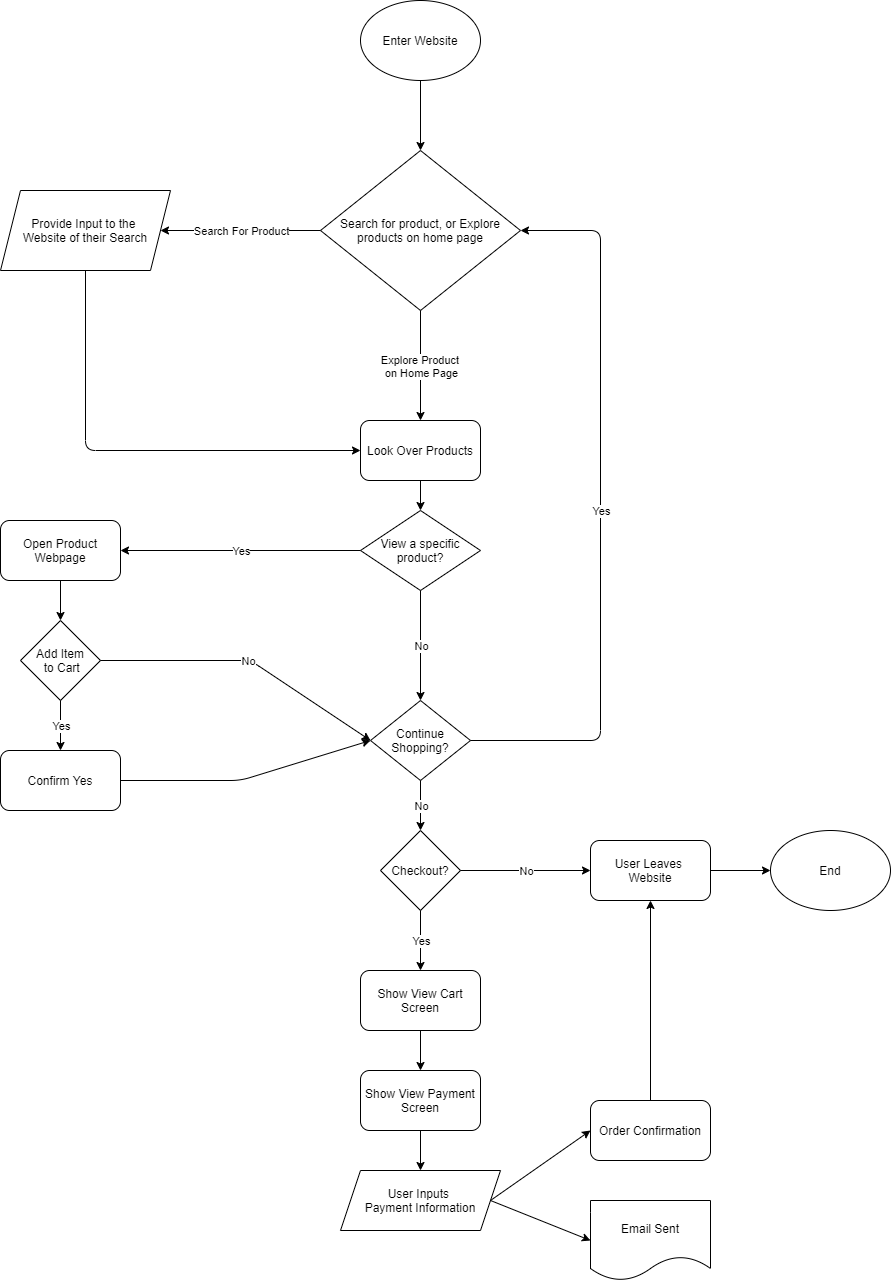
Earlier version of the draw.io export part2/part2.drawio.png (jqzhuuuu/sp21-cse110-lab4). Source tidied: cells renumbered, new cells last; positions are measured from the earlier drawing's top-left corner, leaving out a move shared by most shapes. Its diagram source:
```xml
<mxGraphModel>
  <root>
    <mxCell id="0" />
    <mxCell id="1" parent="0" />
    <mxCell id="2" value="Enter Website" style="ellipse;whiteSpace=wrap;html=1;" parent="1" vertex="1">
      <mxGeometry x="360" width="120" height="80" as="geometry" />
    </mxCell>
    <mxCell id="3" value="Search for product, or Explore products on home page" style="rhombus;whiteSpace=wrap;html=1;" parent="1" vertex="1">
      <mxGeometry x="320" y="150" width="200" height="160" as="geometry" />
    </mxCell>
    <mxCell id="4" style="endArrow=classic;html=1;exitX=0.5;exitY=1;exitDx=0;exitDy=0;entryX=0.5;entryY=0;entryDx=0;entryDy=0;" parent="1" edge="1" source="2" target="3">
      <mxGeometry relative="1" as="geometry" />
    </mxCell>
    <mxCell id="5" value="Look Over Products" style="rounded=1;whiteSpace=wrap;html=1;" parent="1" vertex="1">
      <mxGeometry x="360" y="420" width="120" height="60" as="geometry" />
    </mxCell>
    <mxCell id="6" style="endArrow=classic;html=1;entryX=0.5;entryY=0;entryDx=0;entryDy=0;" parent="1" edge="1" target="5">
      <mxGeometry relative="1" as="geometry">
        <mxPoint x="420" y="310" as="sourcePoint" />
      </mxGeometry>
    </mxCell>
    <mxCell id="7" value="Explore Product &lt;br&gt;on Home Page" style="edgeLabel;html=1;align=center;verticalAlign=middle;" parent="6" vertex="1">
      <mxGeometry relative="1" as="geometry" />
    </mxCell>
    <mxCell id="8" style="endArrow=classic;html=1;exitX=0;exitY=0.5;exitDx=0;exitDy=0;entryX=1;entryY=0.5;entryDx=0;entryDy=0;" parent="1" edge="1" source="3" target="10">
      <mxGeometry relative="1" as="geometry" />
    </mxCell>
    <mxCell id="9" value="Search For Product" style="edgeLabel;html=1;align=center;verticalAlign=middle;" parent="8" vertex="1">
      <mxGeometry relative="1" as="geometry" />
    </mxCell>
    <mxCell id="10" value="Provide Input to the &lt;br&gt;Website of their Search" style="shape=parallelogram;perimeter=parallelogramPerimeter;whiteSpace=wrap;html=1;fixedSize=1;" parent="1" vertex="1">
      <mxGeometry y="190" width="170" height="80" as="geometry" />
    </mxCell>
    <mxCell id="11" style="endArrow=classic;html=1;exitX=0.5;exitY=1;exitDx=0;exitDy=0;entryX=0;entryY=0.5;entryDx=0;entryDy=0;" parent="1" edge="1" source="10" target="5">
      <mxGeometry relative="1" as="geometry">
        <Array as="points">
          <mxPoint x="85" y="450" />
        </Array>
      </mxGeometry>
    </mxCell>
    <mxCell id="12" value="View a specific product?" style="rhombus;whiteSpace=wrap;html=1;" parent="1" vertex="1">
      <mxGeometry x="360" y="510" width="120" height="80" as="geometry" />
    </mxCell>
    <mxCell id="13" value="Add Item&lt;br&gt;&amp;nbsp;to Cart" style="rhombus;whiteSpace=wrap;html=1;" parent="1" vertex="1">
      <mxGeometry x="20" y="620" width="80" height="80" as="geometry" />
    </mxCell>
    <mxCell id="14" style="endArrow=classic;html=1;exitX=0.5;exitY=1;exitDx=0;exitDy=0;entryX=0.5;entryY=0;entryDx=0;entryDy=0;" parent="1" edge="1" source="5" target="12">
      <mxGeometry relative="1" as="geometry" />
    </mxCell>
    <mxCell id="15" value="Confirm Yes" style="rounded=1;whiteSpace=wrap;html=1;" parent="1" vertex="1">
      <mxGeometry y="750" width="120" height="60" as="geometry" />
    </mxCell>
    <mxCell id="16" style="endArrow=classic;html=1;exitX=0.5;exitY=1;exitDx=0;exitDy=0;entryX=0.5;entryY=0;entryDx=0;entryDy=0;" parent="1" edge="1" source="13" target="15">
      <mxGeometry relative="1" as="geometry" />
    </mxCell>
    <mxCell id="17" value="Yes" style="edgeLabel;html=1;align=center;verticalAlign=middle;" parent="16" vertex="1">
      <mxGeometry relative="1" as="geometry" />
    </mxCell>
    <mxCell id="18" value="Continue Shopping?" style="rhombus;whiteSpace=wrap;html=1;" parent="1" vertex="1">
      <mxGeometry x="370" y="700" width="100" height="80" as="geometry" />
    </mxCell>
    <mxCell id="19" style="endArrow=classic;html=1;exitX=1;exitY=0.5;exitDx=0;exitDy=0;entryX=0;entryY=0.5;entryDx=0;entryDy=0;" parent="1" edge="1" source="13" target="18">
      <mxGeometry relative="1" as="geometry">
        <Array as="points">
          <mxPoint x="250" y="660" />
        </Array>
      </mxGeometry>
    </mxCell>
    <mxCell id="20" value="No" style="edgeLabel;html=1;align=center;verticalAlign=middle;" parent="19" vertex="1">
      <mxGeometry relative="1" as="geometry" />
    </mxCell>
    <mxCell id="21" style="endArrow=classic;html=1;exitX=1;exitY=0.5;exitDx=0;exitDy=0;entryX=0;entryY=0.5;entryDx=0;entryDy=0;" parent="1" edge="1" source="15" target="18">
      <mxGeometry relative="1" as="geometry">
        <Array as="points">
          <mxPoint x="240" y="780" />
        </Array>
      </mxGeometry>
    </mxCell>
    <mxCell id="22" value="Open Product Webpage" style="rounded=1;whiteSpace=wrap;html=1;" parent="1" vertex="1">
      <mxGeometry y="520" width="120" height="60" as="geometry" />
    </mxCell>
    <mxCell id="23" style="endArrow=classic;html=1;entryX=1;entryY=0.5;entryDx=0;entryDy=0;exitX=0;exitY=0.5;exitDx=0;exitDy=0;" parent="1" edge="1" source="12" target="22">
      <mxGeometry relative="1" as="geometry" />
    </mxCell>
    <mxCell id="24" value="Yes" style="edgeLabel;html=1;align=center;verticalAlign=middle;" parent="23" vertex="1">
      <mxGeometry relative="1" as="geometry" />
    </mxCell>
    <mxCell id="25" style="endArrow=classic;html=1;exitX=0.5;exitY=1;exitDx=0;exitDy=0;entryX=0.5;entryY=0;entryDx=0;entryDy=0;" parent="1" edge="1" source="12" target="18">
      <mxGeometry relative="1" as="geometry" />
    </mxCell>
    <mxCell id="26" value="No" style="edgeLabel;html=1;align=center;verticalAlign=middle;" parent="25" vertex="1">
      <mxGeometry relative="1" as="geometry" />
    </mxCell>
    <mxCell id="27" style="endArrow=classic;html=1;exitX=0.5;exitY=1;exitDx=0;exitDy=0;entryX=0.5;entryY=0;entryDx=0;entryDy=0;" parent="1" edge="1" source="22" target="13">
      <mxGeometry relative="1" as="geometry" />
    </mxCell>
    <mxCell id="28" style="endArrow=classic;html=1;exitX=1;exitY=0.5;exitDx=0;exitDy=0;entryX=1;entryY=0.5;entryDx=0;entryDy=0;" parent="1" edge="1" source="18" target="3">
      <mxGeometry relative="1" as="geometry">
        <Array as="points">
          <mxPoint x="600" y="740" />
          <mxPoint x="600" y="230" />
        </Array>
      </mxGeometry>
    </mxCell>
    <mxCell id="29" value="Yes" style="edgeLabel;html=1;align=center;verticalAlign=middle;" parent="28" vertex="1">
      <mxGeometry relative="1" as="geometry" />
    </mxCell>
    <mxCell id="30" value="Checkout?" style="rhombus;whiteSpace=wrap;html=1;" parent="1" vertex="1">
      <mxGeometry x="380" y="830" width="80" height="80" as="geometry" />
    </mxCell>
    <mxCell id="31" style="endArrow=classic;html=1;exitX=0.5;exitY=1;exitDx=0;exitDy=0;entryX=0.5;entryY=0;entryDx=0;entryDy=0;" parent="1" edge="1" source="18" target="30">
      <mxGeometry relative="1" as="geometry" />
    </mxCell>
    <mxCell id="32" value="No" style="edgeLabel;html=1;align=center;verticalAlign=middle;" parent="31" vertex="1">
      <mxGeometry relative="1" as="geometry" />
    </mxCell>
    <mxCell id="33" style="edgeStyle=orthogonalEdgeStyle;rounded=0;jettySize=auto;html=1;exitX=0.5;exitY=1;exitDx=0;exitDy=0;entryX=0.5;entryY=0;entryDx=0;entryDy=0;" parent="1" edge="1" source="34" target="42">
      <mxGeometry relative="1" as="geometry" />
    </mxCell>
    <mxCell id="34" value="Show View Cart Screen" style="rounded=1;whiteSpace=wrap;html=1;" parent="1" vertex="1">
      <mxGeometry x="360" y="970" width="120" height="60" as="geometry" />
    </mxCell>
    <mxCell id="35" style="edgeStyle=orthogonalEdgeStyle;rounded=0;jettySize=auto;html=1;" parent="1" edge="1" source="36" target="49">
      <mxGeometry relative="1" as="geometry" />
    </mxCell>
    <mxCell id="36" value="User Leaves &lt;br&gt;Website" style="rounded=1;whiteSpace=wrap;html=1;" parent="1" vertex="1">
      <mxGeometry x="590" y="840" width="120" height="60" as="geometry" />
    </mxCell>
    <mxCell id="37" style="endArrow=classic;html=1;exitX=0.5;exitY=1;exitDx=0;exitDy=0;entryX=0.5;entryY=0;entryDx=0;entryDy=0;" parent="1" edge="1" source="30" target="34">
      <mxGeometry relative="1" as="geometry" />
    </mxCell>
    <mxCell id="38" value="Yes" style="edgeLabel;html=1;align=center;verticalAlign=middle;" parent="37" vertex="1">
      <mxGeometry relative="1" as="geometry" />
    </mxCell>
    <mxCell id="39" style="endArrow=classic;html=1;exitX=1;exitY=0.5;exitDx=0;exitDy=0;entryX=0;entryY=0.5;entryDx=0;entryDy=0;" parent="1" edge="1" source="30" target="36">
      <mxGeometry relative="1" as="geometry" />
    </mxCell>
    <mxCell id="40" value="No" style="edgeLabel;html=1;align=center;verticalAlign=middle;" parent="39" vertex="1">
      <mxGeometry relative="1" as="geometry" />
    </mxCell>
    <mxCell id="41" style="edgeStyle=orthogonalEdgeStyle;rounded=0;jettySize=auto;html=1;" parent="1" edge="1" source="42" target="43">
      <mxGeometry relative="1" as="geometry" />
    </mxCell>
    <mxCell id="42" value="Show View Payment Screen" style="rounded=1;whiteSpace=wrap;html=1;" parent="1" vertex="1">
      <mxGeometry x="360" y="1070" width="120" height="60" as="geometry" />
    </mxCell>
    <mxCell id="43" value="User Inputs &lt;br&gt;Payment Information" style="shape=parallelogram;perimeter=parallelogramPerimeter;whiteSpace=wrap;html=1;fixedSize=1;" parent="1" vertex="1">
      <mxGeometry x="340" y="1170" width="160" height="60" as="geometry" />
    </mxCell>
    <mxCell id="44" value="Order Confirmation" style="rounded=1;whiteSpace=wrap;html=1;" parent="1" vertex="1">
      <mxGeometry x="590" y="1100" width="120" height="60" as="geometry" />
    </mxCell>
    <mxCell id="45" value="Email Sent" style="shape=document;whiteSpace=wrap;html=1;boundedLbl=1;" parent="1" vertex="1">
      <mxGeometry x="590" y="1200" width="120" height="80" as="geometry" />
    </mxCell>
    <mxCell id="46" style="endArrow=classic;html=1;exitX=1;exitY=0.5;exitDx=0;exitDy=0;entryX=0;entryY=0.5;entryDx=0;entryDy=0;" parent="1" edge="1" source="43" target="44">
      <mxGeometry relative="1" as="geometry" />
    </mxCell>
    <mxCell id="47" style="endArrow=classic;html=1;exitX=1;exitY=0.5;exitDx=0;exitDy=0;entryX=0;entryY=0.5;entryDx=0;entryDy=0;" parent="1" edge="1" source="43" target="45">
      <mxGeometry relative="1" as="geometry" />
    </mxCell>
    <mxCell id="48" style="endArrow=classic;html=1;exitX=0.5;exitY=0;exitDx=0;exitDy=0;entryX=0.5;entryY=1;entryDx=0;entryDy=0;" parent="1" edge="1" source="44" target="36">
      <mxGeometry relative="1" as="geometry" />
    </mxCell>
    <mxCell id="49" value="End" style="ellipse;whiteSpace=wrap;html=1;" parent="1" vertex="1">
      <mxGeometry x="770" y="830" width="120" height="80" as="geometry" />
    </mxCell>
  </root>
</mxGraphModel>
```
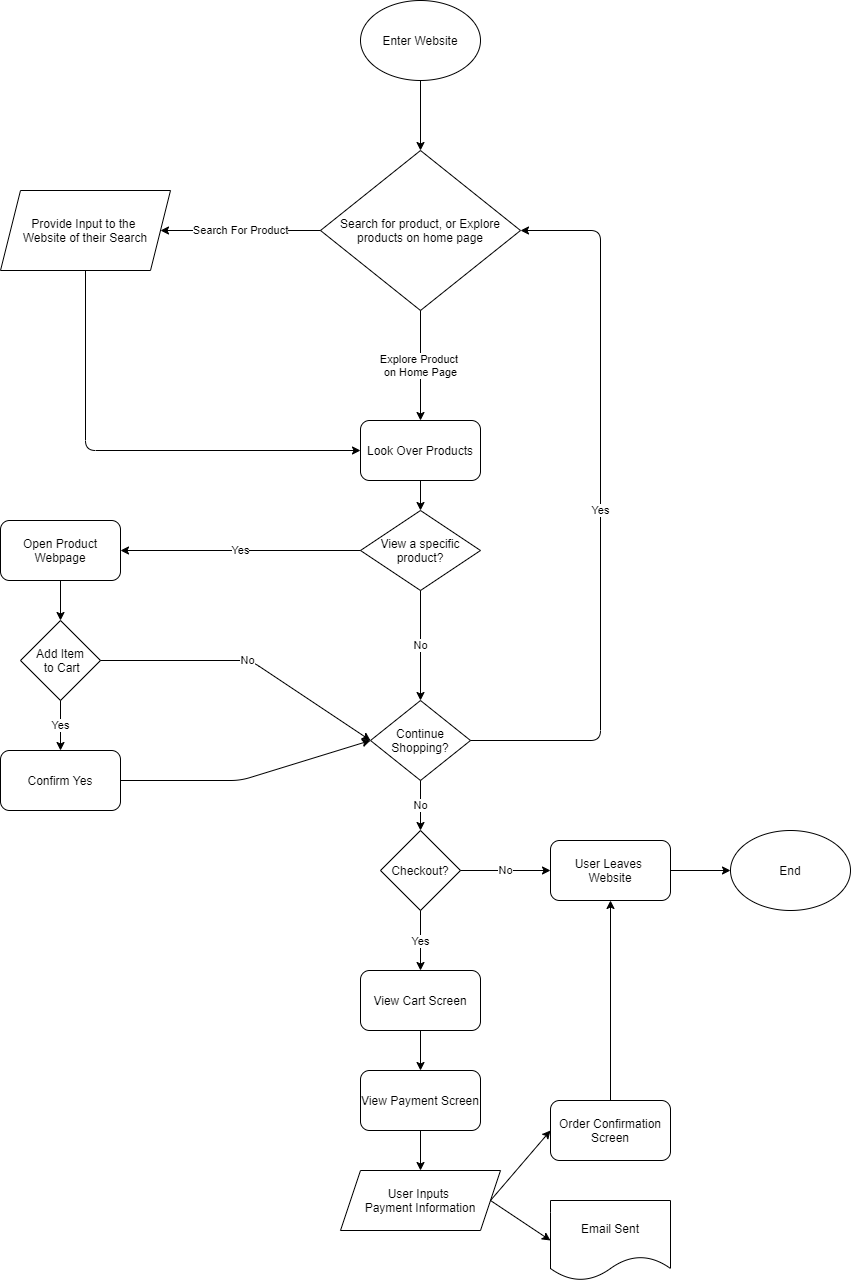
After the commit.

Commit message:
Added Background for Clarity

What changed in the source:
```diff
@@ -1,4 +1,4 @@
-<mxGraphModel>
+<mxGraphModel background="#ffffff">
   <root>
     <mxCell id="0" />
     <mxCell id="1" parent="0" />
@@ -117,14 +117,14 @@
     <mxCell id="33" style="edgeStyle=orthogonalEdgeStyle;rounded=0;jettySize=auto;html=1;exitX=0.5;exitY=1;exitDx=0;exitDy=0;entryX=0.5;entryY=0;entryDx=0;entryDy=0;" parent="1" edge="1" source="34" target="42">
       <mxGeometry relative="1" as="geometry" />
     </mxCell>
-    <mxCell id="34" value="Show View Cart Screen" style="rounded=1;whiteSpace=wrap;html=1;" parent="1" vertex="1">
+    <mxCell id="34" value="View Cart Screen" style="rounded=1;whiteSpace=wrap;html=1;" parent="1" vertex="1">
       <mxGeometry x="360" y="970" width="120" height="60" as="geometry" />
     </mxCell>
     <mxCell id="35" style="edgeStyle=orthogonalEdgeStyle;rounded=0;jettySize=auto;html=1;" parent="1" edge="1" source="36" target="49">
       <mxGeometry relative="1" as="geometry" />
     </mxCell>
     <mxCell id="36" value="User Leaves &lt;br&gt;Website" style="rounded=1;whiteSpace=wrap;html=1;" parent="1" vertex="1">
-      <mxGeometry x="590" y="840" width="120" height="60" as="geometry" />
+      <mxGeometry x="550" y="840" width="120" height="60" as="geometry" />
     </mxCell>
     <mxCell id="37" style="endArrow=classic;html=1;exitX=0.5;exitY=1;exitDx=0;exitDy=0;entryX=0.5;entryY=0;entryDx=0;entryDy=0;" parent="1" edge="1" source="30" target="34">
       <mxGeometry relative="1" as="geometry" />
@@ -141,17 +141,17 @@
     <mxCell id="41" style="edgeStyle=orthogonalEdgeStyle;rounded=0;jettySize=auto;html=1;" parent="1" edge="1" source="42" target="43">
       <mxGeometry relative="1" as="geometry" />
     </mxCell>
-    <mxCell id="42" value="Show View Payment Screen" style="rounded=1;whiteSpace=wrap;html=1;" parent="1" vertex="1">
+    <mxCell id="42" value="View Payment Screen" style="rounded=1;whiteSpace=wrap;html=1;" parent="1" vertex="1">
       <mxGeometry x="360" y="1070" width="120" height="60" as="geometry" />
     </mxCell>
     <mxCell id="43" value="User Inputs &lt;br&gt;Payment Information" style="shape=parallelogram;perimeter=parallelogramPerimeter;whiteSpace=wrap;html=1;fixedSize=1;" parent="1" vertex="1">
       <mxGeometry x="340" y="1170" width="160" height="60" as="geometry" />
     </mxCell>
-    <mxCell id="44" value="Order Confirmation" style="rounded=1;whiteSpace=wrap;html=1;" parent="1" vertex="1">
-      <mxGeometry x="590" y="1100" width="120" height="60" as="geometry" />
+    <mxCell id="44" value="Order Confirmation&lt;br&gt;Screen" style="rounded=1;whiteSpace=wrap;html=1;" parent="1" vertex="1">
+      <mxGeometry x="550" y="1100" width="120" height="60" as="geometry" />
     </mxCell>
     <mxCell id="45" value="Email Sent" style="shape=document;whiteSpace=wrap;html=1;boundedLbl=1;" parent="1" vertex="1">
-      <mxGeometry x="590" y="1200" width="120" height="80" as="geometry" />
+      <mxGeometry x="550" y="1200" width="120" height="80" as="geometry" />
     </mxCell>
     <mxCell id="46" style="endArrow=classic;html=1;exitX=1;exitY=0.5;exitDx=0;exitDy=0;entryX=0;entryY=0.5;entryDx=0;entryDy=0;" parent="1" edge="1" source="43" target="44">
       <mxGeometry relative="1" as="geometry" />
@@ -163,7 +163,7 @@
       <mxGeometry relative="1" as="geometry" />
     </mxCell>
     <mxCell id="49" value="End" style="ellipse;whiteSpace=wrap;html=1;" parent="1" vertex="1">
-      <mxGeometry x="770" y="830" width="120" height="80" as="geometry" />
+      <mxGeometry x="730" y="830" width="120" height="80" as="geometry" />
     </mxCell>
   </root>
 </mxGraphModel>
```
